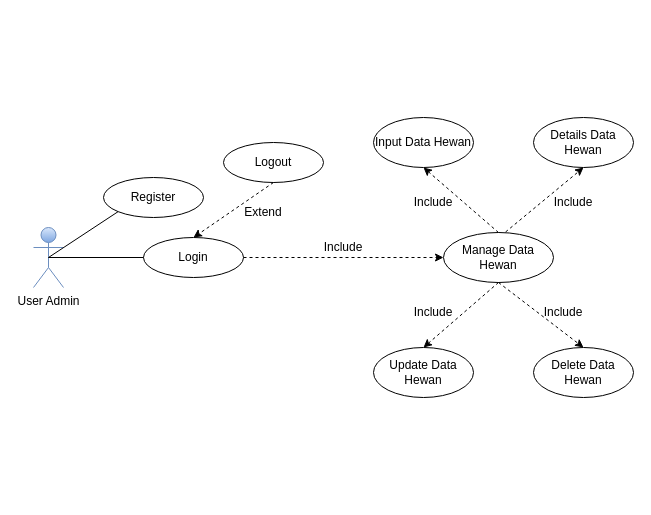
Before: FinalPAM.drawio in blqies20/FinalProject_PAM, a draw.io diagram. Source tidied: cells renumbered, new cells numbered last; positions are measured from the earlier drawing's top-left corner, leaving out a move shared by most shapes. Both pictures are drawn from the tidied source at 100%, with x=0, y=0 at pixel (33, 117).
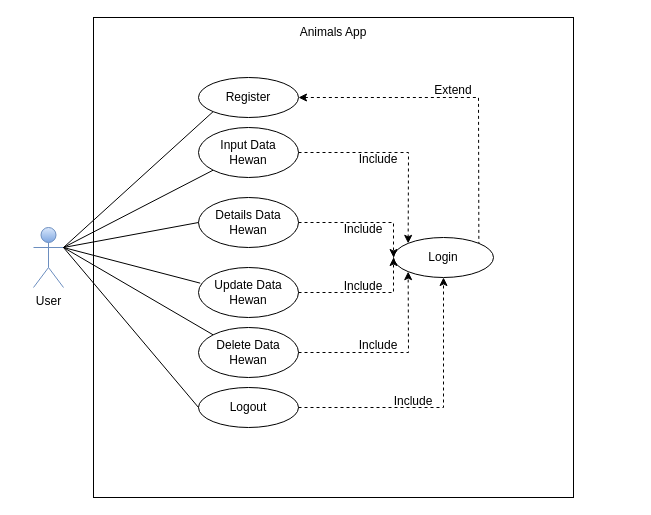
Above is the later version.

What changed in the source:
```diff
@@
+    <mxCell id="25" style="whiteSpace=wrap;html=1;" parent="1" vertex="1">
+      <mxGeometry x="60" y="-100" width="480" height="480" as="geometry" />
+    </mxCell>
-    <mxCell id="2" value="User Admin" style="shape=umlActor;verticalLabelPosition=bottom;verticalAlign=top;html=1;outlineConnect=0;fillColor=#dae8fc;gradientColor=#7ea6e0;strokeColor=#6c8ebf;" parent="1" vertex="1">
+    <mxCell id="2" value="User" style="shape=umlActor;verticalLabelPosition=bottom;verticalAlign=top;html=1;outlineConnect=0;fillColor=#dae8fc;gradientColor=#7ea6e0;strokeColor=#6c8ebf;" parent="1" vertex="1">
       <mxGeometry y="110" width="30" height="60" as="geometry" />
     </mxCell>
-    <mxCell id="3" value="Manage Data Hewan" style="ellipse;whiteSpace=wrap;html=1;" parent="1" vertex="1">
-      <mxGeometry x="410" y="115" width="110" height="50" as="geometry" />
-    </mxCell>
     <mxCell id="4" value="Details Data Hewan" style="ellipse;whiteSpace=wrap;html=1;" parent="1" vertex="1">
-      <mxGeometry x="500" width="100" height="50" as="geometry" />
+      <mxGeometry x="165" y="80" width="100" height="50" as="geometry" />
     </mxCell>
-    <mxCell id="5" value="Input Data Hewan" style="ellipse;whiteSpace=wrap;html=1;" parent="1" vertex="1">
-      <mxGeometry x="340" width="100" height="50" as="geometry" />
+    <mxCell id="5" value="Input Data&lt;br&gt;Hewan" style="ellipse;whiteSpace=wrap;html=1;" parent="1" vertex="1">
+      <mxGeometry x="165" y="10" width="100" height="50" as="geometry" />
     </mxCell>
-    <mxCell id="6" style="endArrow=classic;html=1;rounded=0;dashed=1;entryX=0.5;entryY=1;entryDx=0;entryDy=0;exitX=0.564;exitY=-0.01;exitDx=0;exitDy=0;exitPerimeter=0;" parent="1" edge="1" source="3" target="4">
-      <mxGeometry relative="1" as="geometry" />
-    </mxCell>
-    <mxCell id="7" style="endArrow=classic;html=1;rounded=0;dashed=1;entryX=0.5;entryY=1;entryDx=0;entryDy=0;exitX=0.5;exitY=0;exitDx=0;exitDy=0;" parent="1" edge="1" source="3" target="5">
-      <mxGeometry relative="1" as="geometry" />
-    </mxCell>
     <mxCell id="8" value="Update Data Hewan" style="ellipse;whiteSpace=wrap;html=1;" parent="1" vertex="1">
-      <mxGeometry x="340" y="230" width="100" height="50" as="geometry" />
+      <mxGeometry x="165" y="150" width="100" height="50" as="geometry" />
     </mxCell>
     <mxCell id="9" value="Delete Data Hewan" style="ellipse;whiteSpace=wrap;html=1;" parent="1" vertex="1">
-      <mxGeometry x="500" y="230" width="100" height="50" as="geometry" />
+      <mxGeometry x="165" y="210" width="100" height="50" as="geometry" />
     </mxCell>
-    <mxCell id="10" style="endArrow=classic;html=1;rounded=0;entryX=0.5;entryY=0;entryDx=0;entryDy=0;exitX=0.5;exitY=1;exitDx=0;exitDy=0;dashed=1;" parent="1" edge="1" source="3" target="9">
-      <mxGeometry relative="1" as="geometry" />
-    </mxCell>
-    <mxCell id="11" style="endArrow=classic;html=1;rounded=0;entryX=0.5;entryY=0;entryDx=0;entryDy=0;exitX=0.5;exitY=1;exitDx=0;exitDy=0;dashed=1;" parent="1" edge="1" source="3" target="8">
-      <mxGeometry relative="1" as="geometry" />
-    </mxCell>
     <mxCell id="12" value="Include" style="text;html=1;strokeColor=none;fillColor=none;align=center;verticalAlign=middle;whiteSpace=wrap;rounded=0;" parent="1" vertex="1">
-      <mxGeometry x="370" y="70" width="60" height="30" as="geometry" />
+      <mxGeometry x="300" y="97" width="60" height="30" as="geometry" />
     </mxCell>
     <mxCell id="13" value="Include" style="text;html=1;strokeColor=none;fillColor=none;align=center;verticalAlign=middle;whiteSpace=wrap;rounded=0;" parent="1" vertex="1">
-      <mxGeometry x="510" y="70" width="60" height="30" as="geometry" />
+      <mxGeometry x="315" y="27" width="60" height="30" as="geometry" />
     </mxCell>
     <mxCell id="14" value="Include" style="text;html=1;strokeColor=none;fillColor=none;align=center;verticalAlign=middle;whiteSpace=wrap;rounded=0;" parent="1" vertex="1">
-      <mxGeometry x="500" y="180" width="60" height="30" as="geometry" />
+      <mxGeometry x="315" y="213" width="60" height="30" as="geometry" />
     </mxCell>
     <mxCell id="15" value="Include" style="text;html=1;strokeColor=none;fillColor=none;align=center;verticalAlign=middle;whiteSpace=wrap;rounded=0;" parent="1" vertex="1">
-      <mxGeometry x="370" y="180" width="60" height="30" as="geometry" />
+      <mxGeometry x="300" y="154" width="60" height="30" as="geometry" />
     </mxCell>
     <mxCell id="16" value="Login" style="ellipse;whiteSpace=wrap;html=1;" parent="1" vertex="1">
-      <mxGeometry x="110" y="120" width="100" height="40" as="geometry" />
+      <mxGeometry x="360" y="120" width="100" height="40" as="geometry" />
     </mxCell>
     <mxCell id="17" value="Logout" style="ellipse;whiteSpace=wrap;html=1;" parent="1" vertex="1">
-      <mxGeometry x="190" y="25" width="100" height="40" as="geometry" />
+      <mxGeometry x="165" y="270" width="100" height="40" as="geometry" />
     </mxCell>
     <mxCell id="18" value="Register" style="ellipse;whiteSpace=wrap;html=1;" parent="1" vertex="1">
-      <mxGeometry x="70" y="60" width="100" height="40" as="geometry" />
+      <mxGeometry x="165" y="-40" width="100" height="40" as="geometry" />
     </mxCell>
-    <mxCell id="19" style="endArrow=none;html=1;rounded=0;exitX=0.5;exitY=0.5;exitDx=0;exitDy=0;exitPerimeter=0;entryX=0;entryY=1;entryDx=0;entryDy=0;" parent="1" edge="1" source="2" target="18">
-      <mxGeometry relative="1" as="geometry" />
-    </mxCell>
-    <mxCell id="20" style="endArrow=none;html=1;rounded=0;exitX=0.5;exitY=0.5;exitDx=0;exitDy=0;exitPerimeter=0;entryX=0;entryY=0.5;entryDx=0;entryDy=0;" parent="1" edge="1" source="2" target="16">
-      <mxGeometry relative="1" as="geometry" />
-    </mxCell>
-    <mxCell id="21" style="endArrow=classic;html=1;rounded=0;entryX=0.5;entryY=0;entryDx=0;entryDy=0;exitX=0.5;exitY=1;exitDx=0;exitDy=0;dashed=1;" parent="1" edge="1" source="17" target="16">
-      <mxGeometry relative="1" as="geometry" />
-    </mxCell>
-    <mxCell id="22" style="endArrow=classic;html=1;rounded=0;exitX=1;exitY=0.5;exitDx=0;exitDy=0;dashed=1;" parent="1" edge="1" source="16" target="3">
-      <mxGeometry relative="1" as="geometry" />
-    </mxCell>
     <mxCell id="23" value="Extend" style="text;html=1;strokeColor=none;fillColor=none;align=center;verticalAlign=middle;whiteSpace=wrap;rounded=0;" parent="1" vertex="1">
-      <mxGeometry x="200" y="80" width="60" height="30" as="geometry" />
+      <mxGeometry x="390" y="-42" width="60" height="30" as="geometry" />
     </mxCell>
     <mxCell id="24" value="Include" style="text;html=1;strokeColor=none;fillColor=none;align=center;verticalAlign=middle;whiteSpace=wrap;rounded=0;" parent="1" vertex="1">
-      <mxGeometry x="280" y="115" width="60" height="30" as="geometry" />
+      <mxGeometry x="350" y="269" width="60" height="30" as="geometry" />
     </mxCell>
+    <mxCell id="26" value="Animals App" style="text;html=1;strokeColor=none;fillColor=none;align=center;verticalAlign=middle;whiteSpace=wrap;rounded=0;" parent="1" vertex="1">
+      <mxGeometry x="245" y="-100" width="110" height="30" as="geometry" />
+    </mxCell>
+    <mxCell id="19" style="endArrow=none;html=1;rounded=0;entryX=0;entryY=1;entryDx=0;entryDy=0;exitX=1;exitY=0.3333333333333333;exitDx=0;exitDy=0;exitPerimeter=0;" parent="1" edge="1" source="2" target="18">
+      <mxGeometry relative="1" as="geometry" />
+    </mxCell>
+    <mxCell id="27" style="endArrow=none;html=1;rounded=0;entryX=0;entryY=1;entryDx=0;entryDy=0;" parent="1" edge="1" target="5">
+      <mxGeometry relative="1" as="geometry">
+        <mxPoint x="30" y="130" as="sourcePoint" />
+      </mxGeometry>
+    </mxCell>
+    <mxCell id="28" style="endArrow=none;html=1;rounded=0;entryX=0;entryY=0.5;entryDx=0;entryDy=0;exitX=1;exitY=0.3333333333333333;exitDx=0;exitDy=0;exitPerimeter=0;" parent="1" edge="1" source="2" target="4">
+      <mxGeometry relative="1" as="geometry" />
+    </mxCell>
+    <mxCell id="29" style="endArrow=none;html=1;rounded=0;exitX=0.017;exitY=0.313;exitDx=0;exitDy=0;entryX=1;entryY=0.3333333333333333;entryDx=0;entryDy=0;entryPerimeter=0;exitPerimeter=0;" parent="1" edge="1" source="8" target="2">
+      <mxGeometry relative="1" as="geometry" />
+    </mxCell>
+    <mxCell id="30" style="endArrow=none;html=1;rounded=0;entryX=0;entryY=0;entryDx=0;entryDy=0;exitX=1;exitY=0.3333333333333333;exitDx=0;exitDy=0;exitPerimeter=0;" parent="1" edge="1" source="2" target="9">
+      <mxGeometry relative="1" as="geometry" />
+    </mxCell>
+    <mxCell id="31" style="endArrow=none;html=1;rounded=0;entryX=0;entryY=0.5;entryDx=0;entryDy=0;exitX=1;exitY=0.3333333333333333;exitDx=0;exitDy=0;exitPerimeter=0;" parent="1" edge="1" source="2" target="17">
+      <mxGeometry relative="1" as="geometry" />
+    </mxCell>
+    <mxCell id="32" style="endArrow=classic;html=1;rounded=0;exitX=1;exitY=0.5;exitDx=0;exitDy=0;entryX=0;entryY=0.5;entryDx=0;entryDy=0;dashed=1;" parent="1" edge="1" source="4" target="16">
+      <mxGeometry relative="1" as="geometry">
+        <Array as="points">
+          <mxPoint x="360" y="105" />
+        </Array>
+      </mxGeometry>
+    </mxCell>
+    <mxCell id="33" style="endArrow=classic;html=1;rounded=0;exitX=1;exitY=0.5;exitDx=0;exitDy=0;dashed=1;" parent="1" edge="1" source="8">
+      <mxGeometry relative="1" as="geometry">
+        <mxPoint x="360" y="140" as="targetPoint" />
+        <Array as="points">
+          <mxPoint x="360" y="175" />
+        </Array>
+      </mxGeometry>
+    </mxCell>
+    <mxCell id="34" style="endArrow=classic;html=1;rounded=0;exitX=1;exitY=0.5;exitDx=0;exitDy=0;dashed=1;entryX=0;entryY=0;entryDx=0;entryDy=0;" parent="1" edge="1" source="5" target="16">
+      <mxGeometry relative="1" as="geometry">
+        <Array as="points">
+          <mxPoint x="375" y="35" />
+        </Array>
+      </mxGeometry>
+    </mxCell>
+    <mxCell id="35" style="endArrow=none;html=1;rounded=0;exitX=1;exitY=0.5;exitDx=0;exitDy=0;dashed=1;entryX=1;entryY=0;entryDx=0;entryDy=0;startArrow=classic;startFill=1;endFill=0;" parent="1" edge="1" source="18" target="16">
+      <mxGeometry relative="1" as="geometry">
+        <Array as="points">
+          <mxPoint x="445" y="-20" />
+        </Array>
+      </mxGeometry>
+    </mxCell>
+    <mxCell id="36" style="endArrow=classic;html=1;rounded=0;exitX=1;exitY=0.5;exitDx=0;exitDy=0;dashed=1;entryX=0;entryY=1;entryDx=0;entryDy=0;" parent="1" edge="1" source="9" target="16">
+      <mxGeometry relative="1" as="geometry">
+        <Array as="points">
+          <mxPoint x="375" y="235" />
+        </Array>
+      </mxGeometry>
+    </mxCell>
+    <mxCell id="21" style="endArrow=classic;html=1;rounded=0;exitX=1;exitY=0.5;exitDx=0;exitDy=0;dashed=1;entryX=0.5;entryY=1;entryDx=0;entryDy=0;" parent="1" edge="1" source="17" target="16">
+      <mxGeometry relative="1" as="geometry">
+        <Array as="points">
+          <mxPoint x="410" y="290" />
+        </Array>
+      </mxGeometry>
+    </mxCell>
```
